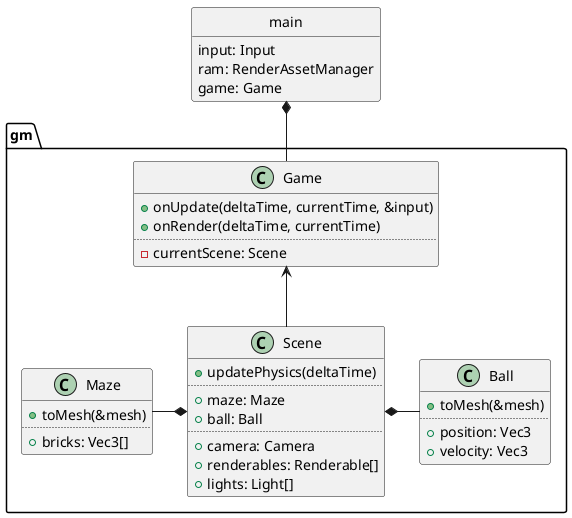
This is design/game.png from ba6er/marblemaze, a PlantUML export, as it was before one commit.
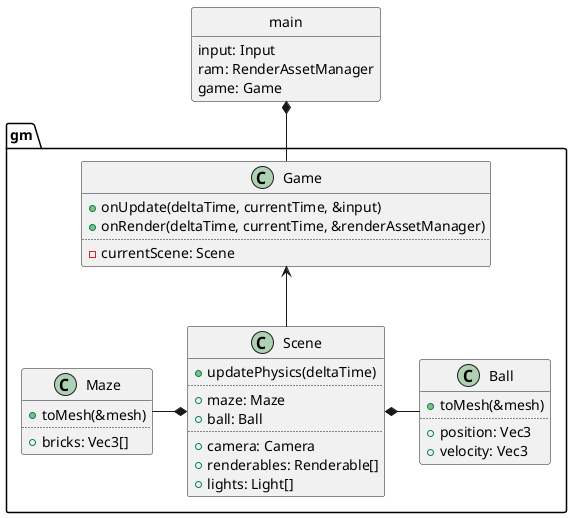
After the change.

Commit message:
Added usage of ren::RenderAssetManager to gm::Game::onRender

Change to the diagram source:
```diff
@@ -3,7 +3,7 @@
 
 class gm::Game {
 	+onUpdate(deltaTime, currentTime, &input)
-	+onRender(deltaTime, currentTime)
+	+onRender(deltaTime, currentTime, &renderAssetManager)
 	..
 	-currentScene: Scene
 }
```
